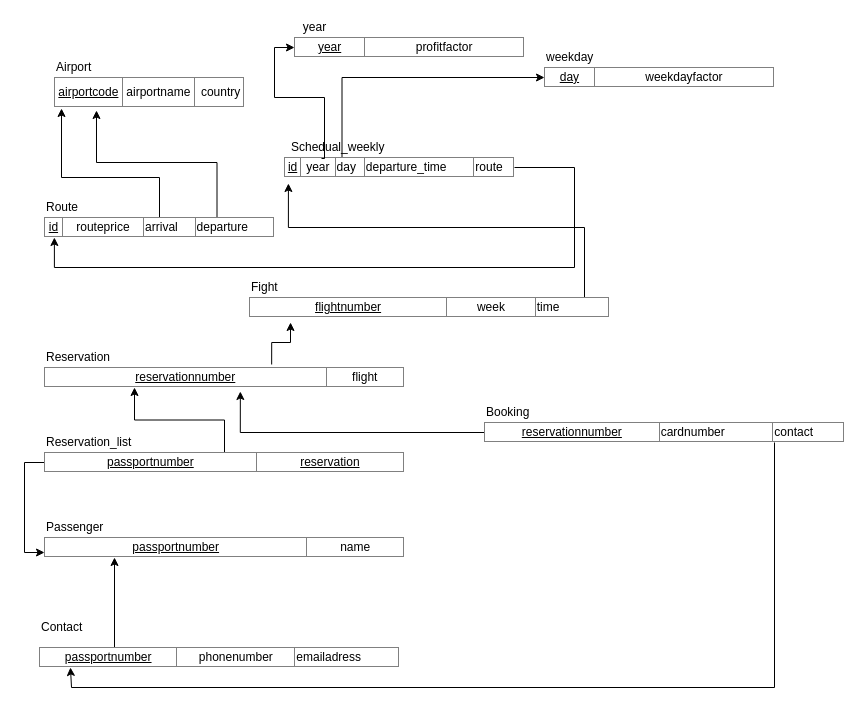
chrha/tddd37 keeps this draw.io diagram as lab4/4a_RelationSchema.drawio. Above is the earlier version. Source tidied: cells renumbered, new cells numbered last; positions are measured from the earlier drawing's top-left corner, leaving out a move shared by most shapes. Both pictures are drawn from the tidied source at 100%, with x=0, y=0 at pixel (24, 17).
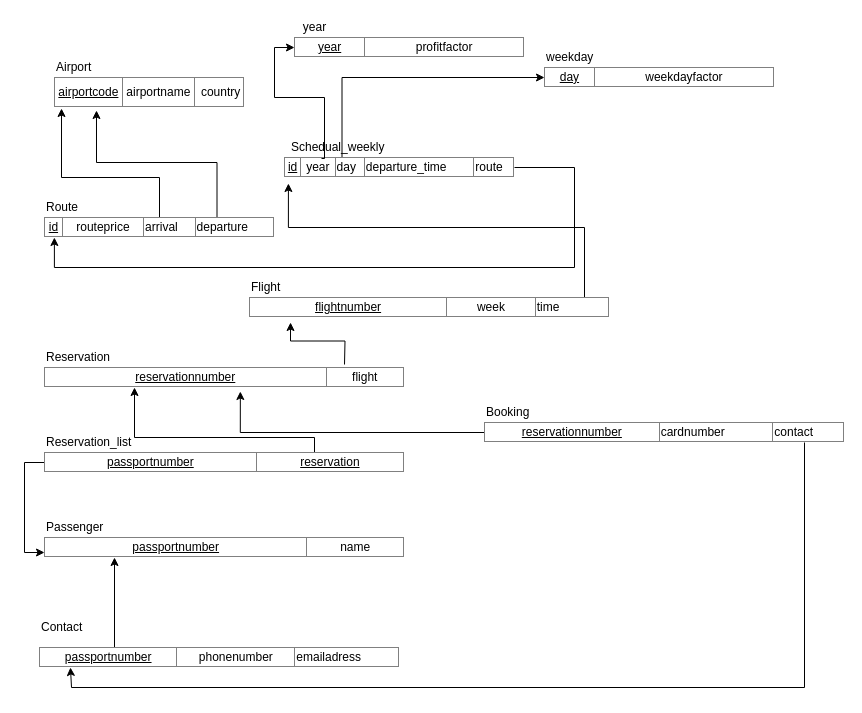
The same page after the edit.

Unchanged cells that the change refers to:
```xml
<mxCell id="16" value="&lt;table style=&quot;width: 100% ; height: 100% ; border-collapse: collapse&quot; width=&quot;100%&quot; border=&quot;1&quot;&gt;&lt;tbody&gt;&lt;tr&gt;&lt;td align=&quot;center&quot;&gt;&lt;u&gt;flightnumber&lt;/u&gt;&lt;/td&gt;&lt;td align=&quot;center&quot;&gt;week&lt;/td&gt;&lt;td&gt;time&lt;/td&gt;&lt;/tr&gt;&lt;/tbody&gt;&lt;/table&gt;" style="text;html=1;strokeColor=none;fillColor=none;overflow=fill;" parent="1" vertex="1">
  <mxGeometry x="225" y="280" width="360" height="20" as="geometry" />
</mxCell>
<mxCell id="19" value="&lt;table border=&quot;1&quot; width=&quot;100%&quot; style=&quot;width: 100% ; height: 100% ; border-collapse: collapse&quot;&gt;&lt;tbody&gt;&lt;tr&gt;&lt;td align=&quot;center&quot;&gt;&lt;u&gt;reservationnumber&lt;/u&gt;&lt;/td&gt;&lt;td align=&quot;center&quot;&gt;flight&lt;/td&gt;&lt;/tr&gt;&lt;/tbody&gt;&lt;/table&gt;" style="text;html=1;strokeColor=none;fillColor=none;overflow=fill;" parent="1" vertex="1">
  <mxGeometry x="20" y="350" width="360" height="20" as="geometry" />
</mxCell>
<mxCell id="23" value="&lt;table style=&quot;width: 100% ; height: 100% ; border-collapse: collapse&quot; width=&quot;100%&quot; border=&quot;1&quot;&gt;&lt;tbody&gt;&lt;tr&gt;&lt;td align=&quot;center&quot;&gt;&lt;u&gt;passportnumber&lt;/u&gt;&lt;/td&gt;&lt;td align=&quot;center&quot;&gt;&lt;u&gt;reservation&lt;/u&gt;&lt;/td&gt;&lt;/tr&gt;&lt;/tbody&gt;&lt;/table&gt;" style="text;html=1;strokeColor=none;fillColor=none;overflow=fill;" parent="1" vertex="1">
  <mxGeometry x="20" y="435" width="360" height="20" as="geometry" />
</mxCell>
<mxCell id="28" value="&lt;table style=&quot;width: 100% ; height: 100% ; border-collapse: collapse&quot; width=&quot;100%&quot; border=&quot;1&quot;&gt;&lt;tbody&gt;&lt;tr&gt;&lt;td align=&quot;center&quot;&gt;&lt;u&gt;passportnumber&lt;/u&gt;&lt;/td&gt;&lt;td align=&quot;center&quot;&gt;phonenumber&lt;/td&gt;&lt;td&gt;emailadress&lt;/td&gt;&lt;/tr&gt;&lt;/tbody&gt;&lt;/table&gt;" style="text;html=1;strokeColor=none;fillColor=none;overflow=fill;" parent="1" vertex="1">
  <mxGeometry x="15" y="630" width="360" height="20" as="geometry" />
</mxCell>
<mxCell id="32" value="&lt;table style=&quot;width: 100% ; height: 100% ; border-collapse: collapse&quot; width=&quot;100%&quot; border=&quot;1&quot;&gt;&lt;tbody&gt;&lt;tr&gt;&lt;td align=&quot;center&quot;&gt;&lt;u&gt;reservationnumber&lt;/u&gt;&lt;/td&gt;&lt;td&gt;cardnumber&lt;/td&gt;&lt;td&gt;contact&lt;/td&gt;&lt;/tr&gt;&lt;/tbody&gt;&lt;/table&gt;" style="text;html=1;strokeColor=none;fillColor=none;overflow=fill;" parent="1" vertex="1">
  <mxGeometry x="460" y="405" width="360" height="20" as="geometry" />
</mxCell>
```

Change to the diagram source:
```diff
@@
-    <mxCell id="17" value="Fight" style="text;html=1;align=left;verticalAlign=top;spacingTop=-4;" parent="1" vertex="1">
+    <mxCell id="17" value="Flight" style="text;html=1;align=left;verticalAlign=top;spacingTop=-4;" parent="1" vertex="1">
       <mxGeometry x="225" y="260" width="40" height="20" as="geometry" />
     </mxCell>
-    <mxCell id="18" style="edgeStyle=orthogonalEdgeStyle;rounded=0;jettySize=auto;html=1;entryX=0.114;entryY=1.25;entryDx=0;entryDy=0;entryPerimeter=0;exitX=0.631;exitY=-0.15;exitDx=0;exitDy=0;exitPerimeter=0;" parent="1" edge="1" source="19" target="16">
-      <mxGeometry relative="1" as="geometry" />
+    <mxCell id="18" style="edgeStyle=orthogonalEdgeStyle;rounded=0;jettySize=auto;html=1;entryX=0.114;entryY=1.25;entryDx=0;entryDy=0;entryPerimeter=0;" parent="1" edge="1" target="16">
+      <mxGeometry relative="1" as="geometry">
+        <mxPoint x="320" y="347" as="sourcePoint" />
+      </mxGeometry>
     </mxCell>
@@
-    <mxCell id="21" style="edgeStyle=orthogonalEdgeStyle;rounded=0;jettySize=auto;html=1;exitX=0.5;exitY=0;exitDx=0;exitDy=0;entryX=0.25;entryY=1;entryDx=0;entryDy=0;" parent="1" edge="1" source="23" target="19">
-      <mxGeometry relative="1" as="geometry" />
+    <mxCell id="21" style="edgeStyle=orthogonalEdgeStyle;rounded=0;jettySize=auto;html=1;exitX=0.75;exitY=0;exitDx=0;exitDy=0;entryX=0.25;entryY=1;entryDx=0;entryDy=0;" parent="1" edge="1" source="23" target="19">
+      <mxGeometry relative="1" as="geometry">
+        <Array as="points">
+          <mxPoint x="290" y="420" />
+          <mxPoint x="110" y="420" />
+        </Array>
+      </mxGeometry>
     </mxCell>
@@
     <mxCell id="31" style="edgeStyle=orthogonalEdgeStyle;rounded=0;jettySize=auto;html=1;entryX=0.086;entryY=1;entryDx=0;entryDy=0;entryPerimeter=0;" parent="1" edge="1" source="32" target="28">
       <mxGeometry relative="1" as="geometry">
         <Array as="points">
-          <mxPoint x="750" y="670" />
+          <mxPoint x="780" y="670" />
           <mxPoint x="47" y="670" />
         </Array>
       </mxGeometry>
     </mxCell>
```
